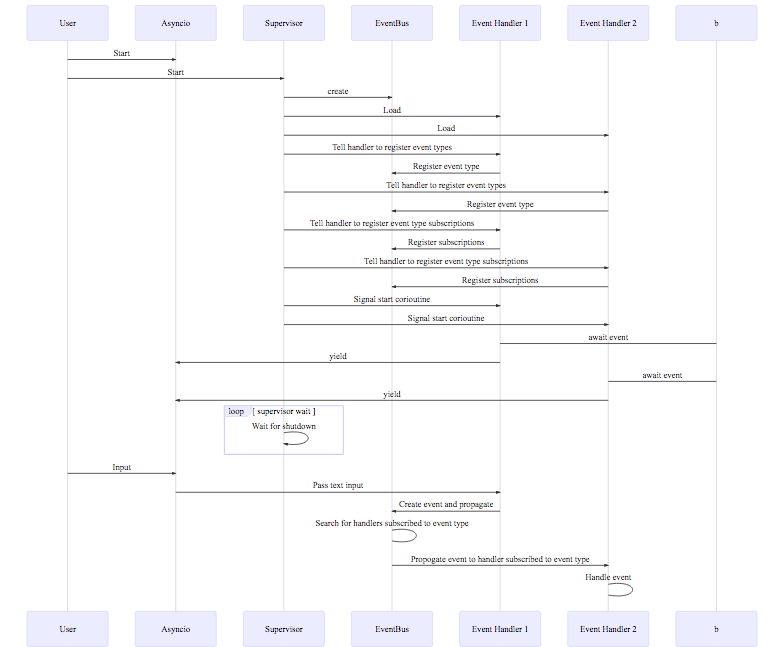
The Mermaid diagram docs/architecture/rework/publisher_subscriber_pattern.png in moe-serifu-circle/moe-serifu-agent, before a commit. Its source is kept beside it as docs/architecture/rework/publisher_subscriber_pattern.mermaid.
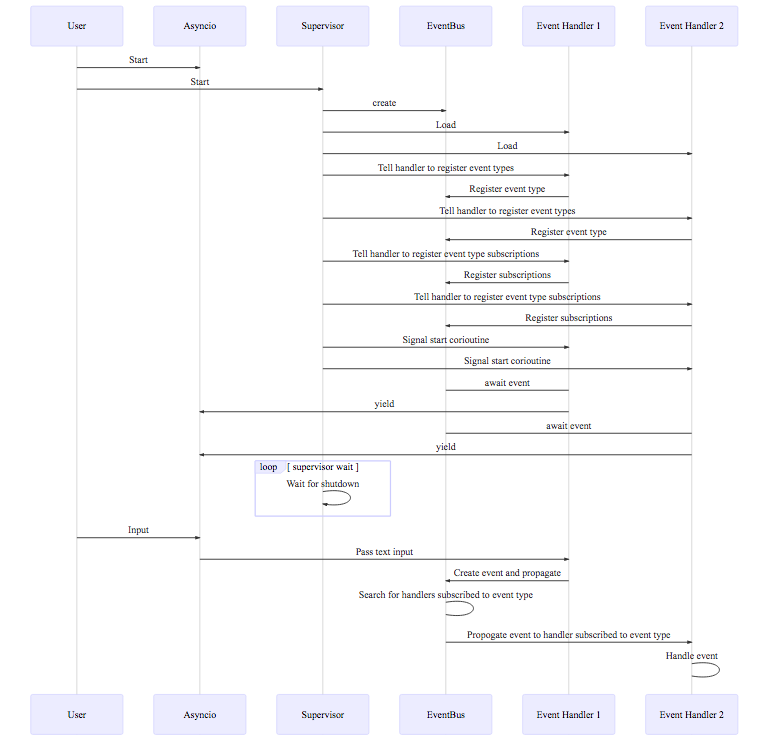
Above is the later version.

Commit message:
adds basic api and server, separate from current event loop implementation

Change to the diagram source:
```diff
@@ -21,9 +21,9 @@
 hdlr2->>eb: Register subscriptions
 s->>hdlr1:Signal start corioutine
 s->>hdlr2:Signal start corioutine
-hdlr1->b:await event
+hdlr1->eb:await event
 hdlr1->>a:yield
-hdlr2->b:await event
+hdlr2->eb:await event
 hdlr2->>a:yield
 loop supervisor wait
  s->>s:Wait for shutdown
```
